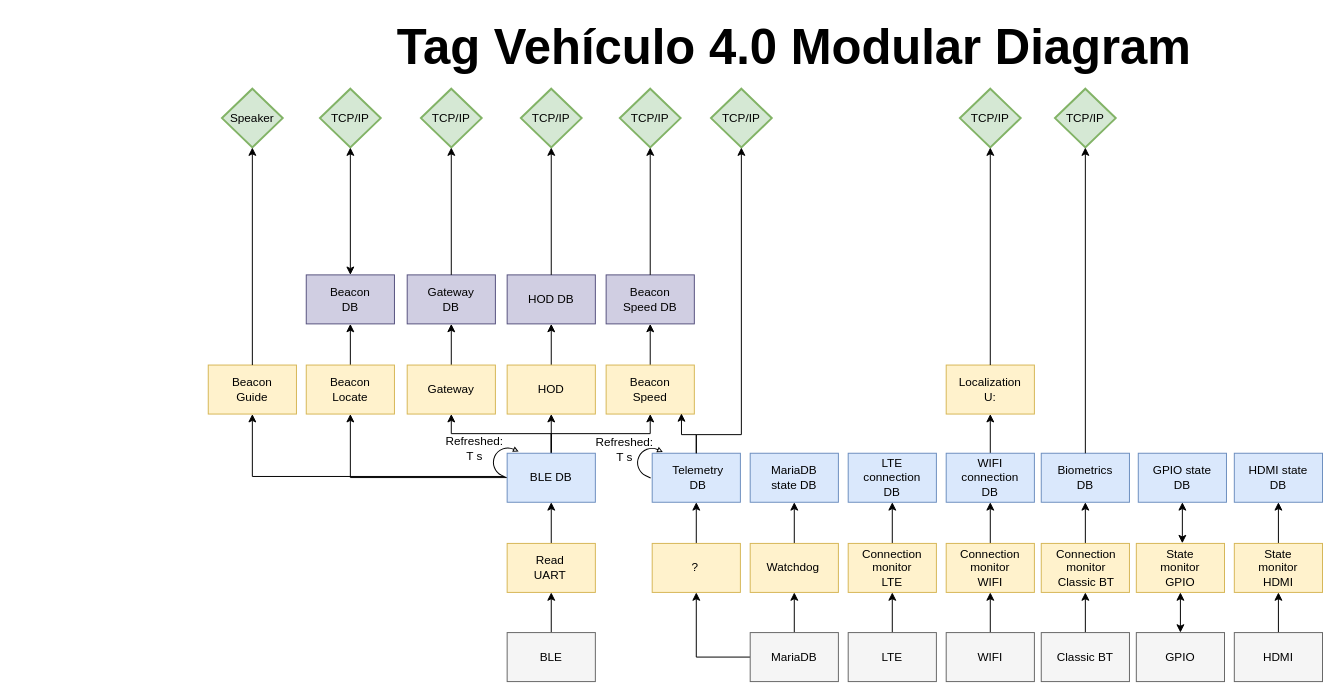
Before: Diagrama modular de Tag Vehiculo 4_0.drawio in CesarRodriguez14/Tag_Vehiculo_4_0_Diagramas, a draw.io diagram. Source tidied: cells renumbered, new cells numbered last; positions are measured from the earlier drawing's top-left corner, leaving out a move shared by most shapes. Both pictures are drawn from the tidied source at 98%, with x=0, y=0 at pixel (208, 22).
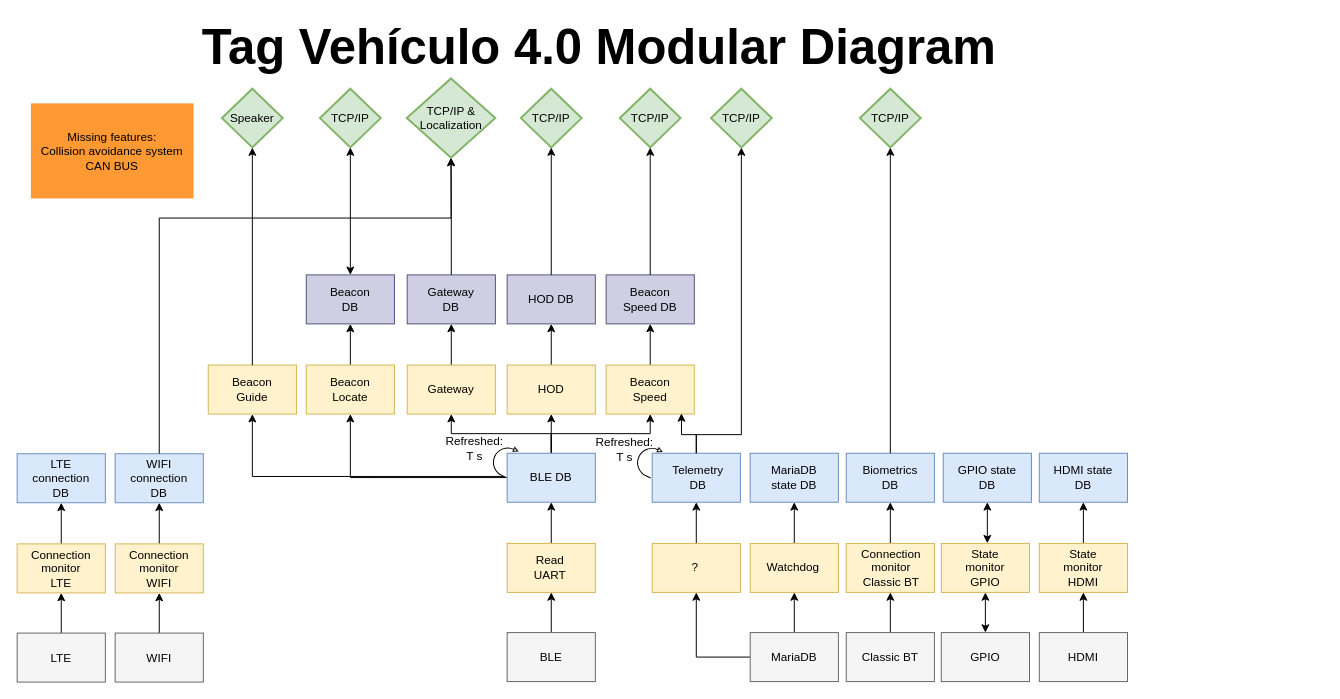
After the change.

The edit, as a diff of the source:
```diff
@@
     <mxCell id="6" style="rounded=0;whiteSpace=wrap;html=1;fillColor=#f5f5f5;fontColor=#333333;strokeColor=#666666;" parent="1" vertex="1">
-      <mxGeometry x="653" y="623" width="90" height="50" as="geometry" />
+      <mxGeometry x="-195" y="623.5" width="90" height="50" as="geometry" />
     </mxCell>
     <mxCell id="7" value="LTE" style="text;html=1;align=center;verticalAlign=middle;whiteSpace=wrap;rounded=0;" parent="1" vertex="1">
-      <mxGeometry x="668" y="633" width="60" height="30" as="geometry" />
+      <mxGeometry x="-180" y="633.5" width="60" height="30" as="geometry" />
     </mxCell>
@@
     <mxCell id="9" style="rounded=0;whiteSpace=wrap;html=1;fillColor=#f5f5f5;fontColor=#333333;strokeColor=#666666;" parent="1" vertex="1">
-      <mxGeometry x="753" y="623" width="90" height="50" as="geometry" />
+      <mxGeometry x="-95" y="623.5" width="90" height="50" as="geometry" />
     </mxCell>
     <mxCell id="10" value="WIFI" style="text;html=1;align=center;verticalAlign=middle;whiteSpace=wrap;rounded=0;" parent="1" vertex="1">
-      <mxGeometry x="768" y="633" width="60" height="30" as="geometry" />
+      <mxGeometry x="-80" y="633.5" width="60" height="30" as="geometry" />
     </mxCell>
     <mxCell id="11" style="rounded=0;whiteSpace=wrap;html=1;fillColor=#f5f5f5;fontColor=#333333;strokeColor=#666666;" parent="1" vertex="1">
-      <mxGeometry x="947" y="623" width="90" height="50" as="geometry" />
+      <mxGeometry x="748" y="623" width="90" height="50" as="geometry" />
     </mxCell>
     <mxCell id="12" value="GPIO" style="text;html=1;align=center;verticalAlign=middle;whiteSpace=wrap;rounded=0;" parent="1" vertex="1">
-      <mxGeometry x="962" y="633" width="60" height="30" as="geometry" />
+      <mxGeometry x="763" y="633" width="60" height="30" as="geometry" />
     </mxCell>
@@
     <mxCell id="14" style="rounded=0;whiteSpace=wrap;html=1;fillColor=#f5f5f5;fontColor=#333333;strokeColor=#666666;" parent="1" vertex="1">
-      <mxGeometry x="1047" y="623" width="90" height="50" as="geometry" />
+      <mxGeometry x="848" y="623" width="90" height="50" as="geometry" />
     </mxCell>
     <mxCell id="15" value="HDMI" style="text;html=1;align=center;verticalAlign=middle;whiteSpace=wrap;rounded=0;" parent="1" vertex="1">
-      <mxGeometry x="1062" y="633" width="60" height="30" as="geometry" />
+      <mxGeometry x="863" y="633" width="60" height="30" as="geometry" />
     </mxCell>
@@
     <mxCell id="26" style="rounded=0;whiteSpace=wrap;html=1;fillColor=#fff2cc;strokeColor=#d6b656;" parent="1" vertex="1">
-      <mxGeometry x="653" y="532" width="90" height="50" as="geometry" />
+      <mxGeometry x="-195" y="532.5" width="90" height="50" as="geometry" />
     </mxCell>
     <mxCell id="27" value="Connection monitor LTE" style="text;html=1;align=center;verticalAlign=middle;whiteSpace=wrap;rounded=0;" parent="1" vertex="1">
-      <mxGeometry x="668" y="542" width="60" height="30" as="geometry" />
+      <mxGeometry x="-180" y="542.5" width="60" height="30" as="geometry" />
     </mxCell>
@@
     <mxCell id="29" style="rounded=0;whiteSpace=wrap;html=1;fillColor=#fff2cc;strokeColor=#d6b656;" parent="1" vertex="1">
-      <mxGeometry x="753" y="532" width="90" height="50" as="geometry" />
+      <mxGeometry x="-95" y="532.5" width="90" height="50" as="geometry" />
     </mxCell>
     <mxCell id="30" value="Connection monitor WIFI" style="text;html=1;align=center;verticalAlign=middle;whiteSpace=wrap;rounded=0;" parent="1" vertex="1">
-      <mxGeometry x="768" y="542" width="60" height="30" as="geometry" />
+      <mxGeometry x="-80" y="542.5" width="60" height="30" as="geometry" />
     </mxCell>
     <mxCell id="31" style="rounded=0;whiteSpace=wrap;html=1;fillColor=#fff2cc;strokeColor=#d6b656;" parent="1" vertex="1">
-      <mxGeometry x="947" y="532" width="90" height="50" as="geometry" />
+      <mxGeometry x="748" y="532" width="90" height="50" as="geometry" />
     </mxCell>
     <mxCell id="32" value="State monitor GPIO" style="text;html=1;align=center;verticalAlign=middle;whiteSpace=wrap;rounded=0;" parent="1" vertex="1">
-      <mxGeometry x="962" y="542" width="60" height="30" as="geometry" />
+      <mxGeometry x="763" y="542" width="60" height="30" as="geometry" />
     </mxCell>
@@
     <mxCell id="34" style="rounded=0;whiteSpace=wrap;html=1;fillColor=#fff2cc;strokeColor=#d6b656;" parent="1" vertex="1">
-      <mxGeometry x="1047" y="532" width="90" height="50" as="geometry" />
+      <mxGeometry x="848" y="532" width="90" height="50" as="geometry" />
     </mxCell>
     <mxCell id="35" value="State monitor HDMI" style="text;html=1;align=center;verticalAlign=middle;whiteSpace=wrap;rounded=0;" parent="1" vertex="1">
-      <mxGeometry x="1062" y="542" width="60" height="30" as="geometry" />
+      <mxGeometry x="863" y="542" width="60" height="30" as="geometry" />
     </mxCell>
@@
     <mxCell id="47" style="rounded=0;whiteSpace=wrap;html=1;fillColor=#f5f5f5;fontColor=#333333;strokeColor=#666666;" parent="1" vertex="1">
-      <mxGeometry x="850" y="623" width="90" height="50" as="geometry" />
+      <mxGeometry x="651" y="623" width="90" height="50" as="geometry" />
     </mxCell>
     <mxCell id="48" value="Classic BT" style="text;html=1;align=center;verticalAlign=middle;whiteSpace=wrap;rounded=0;" parent="1" vertex="1">
-      <mxGeometry x="865" y="633" width="60" height="30" as="geometry" />
+      <mxGeometry x="666" y="633" width="60" height="30" as="geometry" />
     </mxCell>
     <mxCell id="49" style="rounded=0;whiteSpace=wrap;html=1;fillColor=#dae8fc;strokeColor=#6c8ebf;" parent="1" vertex="1">
-      <mxGeometry x="850" y="440" width="90" height="50" as="geometry" />
+      <mxGeometry x="651" y="440" width="90" height="50" as="geometry" />
     </mxCell>
     <mxCell id="50" value="Biometrics DB" style="text;html=1;align=center;verticalAlign=middle;whiteSpace=wrap;rounded=0;" parent="1" vertex="1">
-      <mxGeometry x="865" y="450" width="60" height="30" as="geometry" />
+      <mxGeometry x="666" y="450" width="60" height="30" as="geometry" />
     </mxCell>
     <mxCell id="51" value="TCP/IP" style="strokeWidth=2;html=1;shape=mxgraph.flowchart.decision;whiteSpace=wrap;fillColor=#d5e8d4;strokeColor=#82b366;" parent="1" vertex="1">
-      <mxGeometry x="864" y="68" width="62" height="60" as="geometry" />
+      <mxGeometry x="665" y="68" width="62" height="60" as="geometry" />
     </mxCell>
@@
-    <mxCell id="53" style="rounded=0;whiteSpace=wrap;html=1;fillColor=#fff2cc;strokeColor=#d6b656;" parent="1" vertex="1">
-      <mxGeometry x="753" y="350" width="90" height="50" as="geometry" />
-    </mxCell>
-    <mxCell id="54" value="Localization&lt;div&gt;U:&lt;/div&gt;" style="text;html=1;align=center;verticalAlign=middle;whiteSpace=wrap;rounded=0;" parent="1" vertex="1">
-      <mxGeometry x="767" y="360" width="62" height="30" as="geometry" />
-    </mxCell>
-    <mxCell id="55" value="TCP/IP" style="strokeWidth=2;html=1;shape=mxgraph.flowchart.decision;whiteSpace=wrap;fillColor=#d5e8d4;strokeColor=#82b366;" parent="1" vertex="1">
-      <mxGeometry x="767" y="68" width="62" height="60" as="geometry" />
-    </mxCell>
-    <mxCell id="56" style="edgeStyle=orthogonalEdgeStyle;rounded=0;jettySize=auto;html=1;exitX=0.5;exitY=0;exitDx=0;exitDy=0;entryX=0.5;entryY=1;entryDx=0;entryDy=0;entryPerimeter=0;" parent="1" edge="1" source="53" target="55">
-      <mxGeometry relative="1" as="geometry" />
-    </mxCell>
@@
-    <mxCell id="80" value="TCP/IP" style="strokeWidth=2;html=1;shape=mxgraph.flowchart.decision;whiteSpace=wrap;fillColor=#d5e8d4;strokeColor=#82b366;" parent="1" vertex="1">
-      <mxGeometry x="217" y="68" width="62" height="60" as="geometry" />
+    <mxCell id="80" value="TCP/IP &amp;amp; Localization" style="strokeWidth=2;html=1;shape=mxgraph.flowchart.decision;whiteSpace=wrap;fillColor=#d5e8d4;strokeColor=#82b366;" parent="1" vertex="1">
+      <mxGeometry x="202.6" y="57.5" width="90.3" height="81" as="geometry" />
     </mxCell>
@@
     <mxCell id="86" value="Tag Vehículo 4.0 Modular Diagram" style="text;html=1;align=center;verticalAlign=middle;whiteSpace=wrap;rounded=0;fontSize=50;fontStyle=1;" parent="1" vertex="1">
-      <mxGeometry x="103" width="990" height="50" as="geometry" />
+      <mxGeometry x="-96" width="990" height="50" as="geometry" />
     </mxCell>
@@
     <mxCell id="89" style="rounded=0;whiteSpace=wrap;html=1;fillColor=#dae8fc;strokeColor=#6c8ebf;" parent="1" vertex="1">
-      <mxGeometry x="653" y="440" width="90" height="50" as="geometry" />
+      <mxGeometry x="-195" y="440.5" width="90" height="50" as="geometry" />
     </mxCell>
     <mxCell id="90" value="LTE connection DB" style="text;html=1;align=center;verticalAlign=middle;whiteSpace=wrap;rounded=0;" parent="1" vertex="1">
-      <mxGeometry x="667" y="450" width="62" height="30" as="geometry" />
+      <mxGeometry x="-181" y="450.5" width="62" height="30" as="geometry" />
     </mxCell>
     <mxCell id="91" style="rounded=0;whiteSpace=wrap;html=1;fillColor=#dae8fc;strokeColor=#6c8ebf;" parent="1" vertex="1">
-      <mxGeometry x="949" y="440" width="90" height="50" as="geometry" />
+      <mxGeometry x="750" y="440" width="90" height="50" as="geometry" />
     </mxCell>
     <mxCell id="92" value="GPIO state DB" style="text;html=1;align=center;verticalAlign=middle;whiteSpace=wrap;rounded=0;" parent="1" vertex="1">
-      <mxGeometry x="963" y="450" width="62" height="30" as="geometry" />
+      <mxGeometry x="764" y="450" width="62" height="30" as="geometry" />
     </mxCell>
@@
     <mxCell id="95" style="rounded=0;whiteSpace=wrap;html=1;fillColor=#dae8fc;strokeColor=#6c8ebf;" parent="1" vertex="1">
-      <mxGeometry x="1047" y="440" width="90" height="50" as="geometry" />
+      <mxGeometry x="848" y="440" width="90" height="50" as="geometry" />
     </mxCell>
     <mxCell id="96" value="HDMI state DB" style="text;html=1;align=center;verticalAlign=middle;whiteSpace=wrap;rounded=0;" parent="1" vertex="1">
-      <mxGeometry x="1061" y="450" width="62" height="30" as="geometry" />
+      <mxGeometry x="862" y="450" width="62" height="30" as="geometry" />
     </mxCell>
@@
-    <mxCell id="102" style="edgeStyle=orthogonalEdgeStyle;rounded=0;jettySize=auto;html=1;exitX=0.5;exitY=0;exitDx=0;exitDy=0;entryX=0.5;entryY=1;entryDx=0;entryDy=0;" parent="1" edge="1" source="103" target="53">
-      <mxGeometry relative="1" as="geometry" />
-    </mxCell>
     <mxCell id="103" style="rounded=0;whiteSpace=wrap;html=1;fillColor=#dae8fc;strokeColor=#6c8ebf;" parent="1" vertex="1">
-      <mxGeometry x="753" y="440" width="90" height="50" as="geometry" />
+      <mxGeometry x="-95" y="440.5" width="90" height="50" as="geometry" />
     </mxCell>
     <mxCell id="104" value="WIFI connection DB" style="text;html=1;align=center;verticalAlign=middle;whiteSpace=wrap;rounded=0;" parent="1" vertex="1">
-      <mxGeometry x="767" y="450" width="62" height="30" as="geometry" />
+      <mxGeometry x="-81" y="450.5" width="62" height="30" as="geometry" />
     </mxCell>
@@
     <mxCell id="111" style="rounded=0;whiteSpace=wrap;html=1;fillColor=#fff2cc;strokeColor=#d6b656;" parent="1" vertex="1">
-      <mxGeometry x="850" y="532" width="90" height="50" as="geometry" />
+      <mxGeometry x="651" y="532" width="90" height="50" as="geometry" />
     </mxCell>
     <mxCell id="112" value="Connection monitor Classic BT" style="text;html=1;align=center;verticalAlign=middle;whiteSpace=wrap;rounded=0;" parent="1" vertex="1">
-      <mxGeometry x="866" y="542" width="60" height="30" as="geometry" />
+      <mxGeometry x="667" y="542" width="60" height="30" as="geometry" />
     </mxCell>
@@
+    <mxCell id="116" value="Missing features:&lt;div&gt;Collision avoidance system&lt;/div&gt;&lt;div&gt;CAN BUS&lt;/div&gt;" style="text;html=1;align=center;verticalAlign=middle;whiteSpace=wrap;rounded=0;fillColor=#FF9933;" parent="1" vertex="1">
+      <mxGeometry x="-181" y="83" width="166" height="97" as="geometry" />
+    </mxCell>
+    <mxCell id="117" style="edgeStyle=orthogonalEdgeStyle;rounded=0;jettySize=auto;html=1;exitX=0.5;exitY=0;exitDx=0;exitDy=0;entryX=0.5;entryY=1;entryDx=0;entryDy=0;entryPerimeter=0;" parent="1" edge="1" source="103" target="80">
+      <mxGeometry relative="1" as="geometry">
+        <Array as="points">
+          <mxPoint x="-50" y="200" />
+          <mxPoint x="248" y="200" />
+        </Array>
+      </mxGeometry>
+    </mxCell>
```
